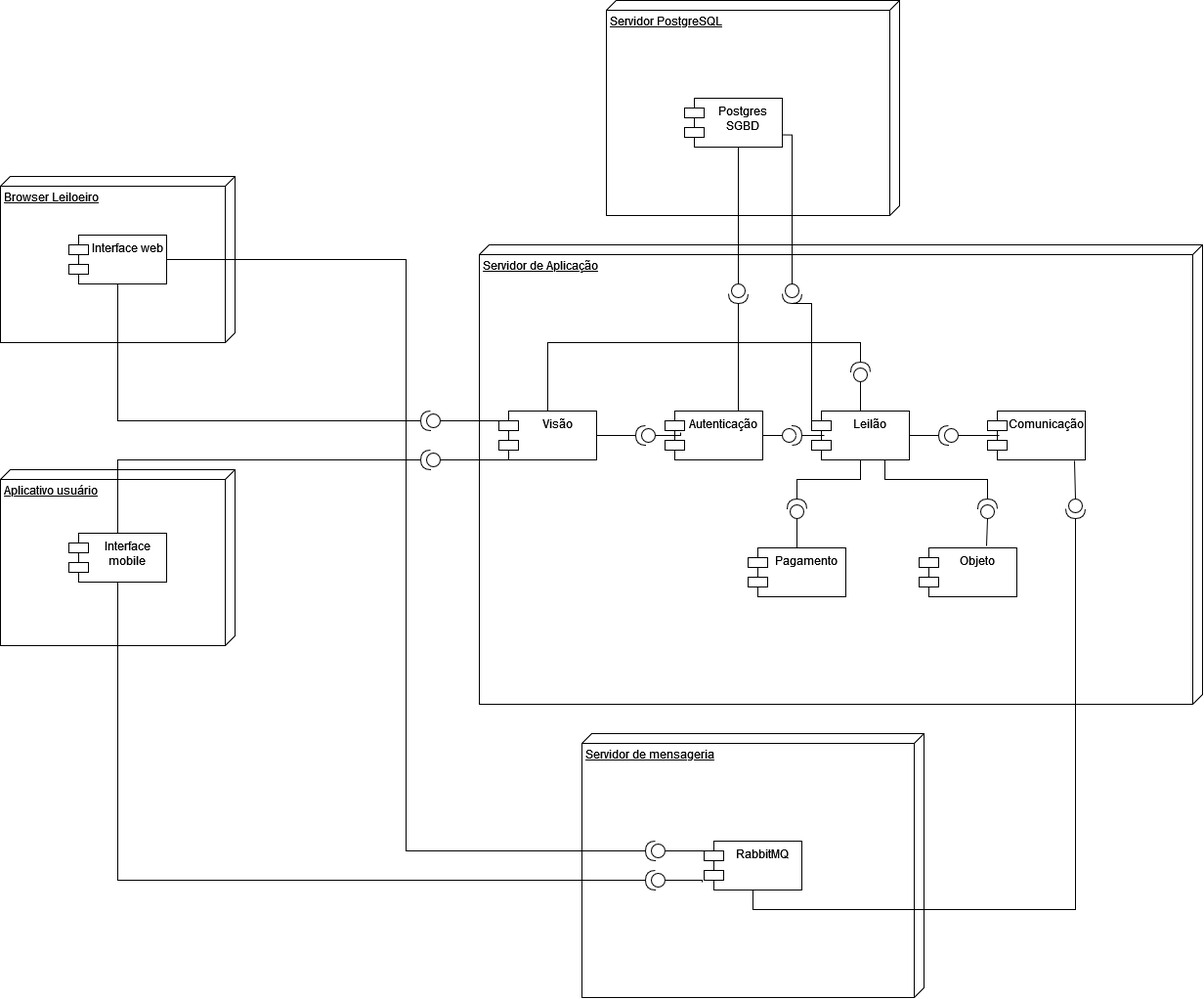
This is docs/imagens/componentes.png from h3nc4/TOPBIDS, a draw.io export, as it was before one commit. Source tidied: cells renumbered, new cells last; positions are measured from the earlier drawing's top-left corner, leaving out a move shared by most shapes.
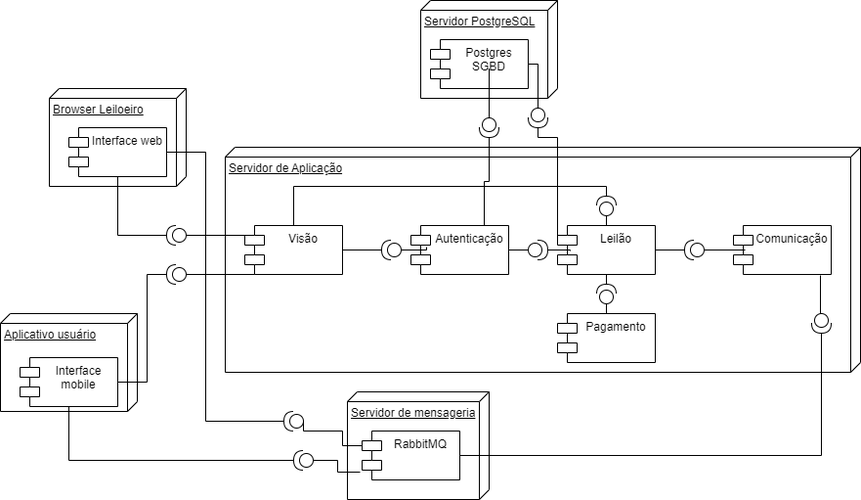
Above is the later version.

Commit message:
docs: explicação dos componentes

Change to the diagram source:
```diff
@@ -3,10 +3,10 @@
     <mxCell id="0" />
     <mxCell id="1" parent="0" />
     <mxCell id="2" value="Servidor de mensageria" style="verticalAlign=top;align=left;spacingTop=8;spacingLeft=2;spacingRight=12;shape=cube;size=10;direction=south;fontStyle=4;html=1;whiteSpace=wrap;" parent="1" vertex="1">
-      <mxGeometry x="595" y="750" width="350" height="270" as="geometry" />
+      <mxGeometry x="615" y="590" width="145" height="110" as="geometry" />
     </mxCell>
     <mxCell id="3" value="Servidor de Aplicação" style="verticalAlign=top;align=left;spacingTop=8;spacingLeft=2;spacingRight=12;shape=cube;size=10;direction=south;fontStyle=4;html=1;whiteSpace=wrap;" parent="1" vertex="1">
-      <mxGeometry x="490" y="250" width="740" height="470" as="geometry" />
+      <mxGeometry x="490" y="340" width="650" height="230" as="geometry" />
     </mxCell>
     <mxCell id="4" value="Visão" style="shape=module;align=left;spacingLeft=20;align=center;verticalAlign=top;whiteSpace=wrap;html=1;" parent="1" vertex="1">
       <mxGeometry x="510" y="420" width="100" height="50" as="geometry" />
@@ -14,35 +14,32 @@
     <mxCell id="5" value="Leilão" style="shape=module;align=left;spacingLeft=20;align=center;verticalAlign=top;whiteSpace=wrap;html=1;" parent="1" vertex="1">
       <mxGeometry x="830" y="420" width="100" height="50" as="geometry" />
     </mxCell>
-    <mxCell id="6" value="Objeto" style="shape=module;align=left;spacingLeft=20;align=center;verticalAlign=top;whiteSpace=wrap;html=1;" parent="1" vertex="1">
-      <mxGeometry x="940" y="560" width="100" height="50" as="geometry" />
-    </mxCell>
     <mxCell id="7" value="Comunicação" style="shape=module;align=left;spacingLeft=20;align=center;verticalAlign=top;whiteSpace=wrap;html=1;" parent="1" vertex="1">
       <mxGeometry x="1010" y="420" width="100" height="50" as="geometry" />
     </mxCell>
     <mxCell id="8" value="Pagamento" style="shape=module;align=left;spacingLeft=20;align=center;verticalAlign=top;whiteSpace=wrap;html=1;" parent="1" vertex="1">
-      <mxGeometry x="765" y="560" width="100" height="50" as="geometry" />
+      <mxGeometry x="830" y="510" width="100" height="50" as="geometry" />
     </mxCell>
     <mxCell id="9" value="Servidor PostgreSQL" style="verticalAlign=top;align=left;spacingTop=8;spacingLeft=2;spacingRight=12;shape=cube;size=10;direction=south;fontStyle=4;html=1;whiteSpace=wrap;" parent="1" vertex="1">
-      <mxGeometry x="620" width="300" height="220" as="geometry" />
+      <mxGeometry x="690" y="190" width="140" height="100" as="geometry" />
     </mxCell>
     <mxCell id="10" value="Postgres SGBD" style="shape=module;align=left;spacingLeft=20;align=center;verticalAlign=top;whiteSpace=wrap;html=1;" parent="1" vertex="1">
-      <mxGeometry x="700" y="100" width="100" height="50" as="geometry" />
+      <mxGeometry x="700" y="230" width="100" height="50" as="geometry" />
     </mxCell>
     <mxCell id="11" value="Autenticação" style="shape=module;align=left;spacingLeft=20;align=center;verticalAlign=top;whiteSpace=wrap;html=1;" parent="1" vertex="1">
       <mxGeometry x="680" y="420" width="100" height="50" as="geometry" />
     </mxCell>
     <mxCell id="12" value="Browser Leiloeiro" style="verticalAlign=top;align=left;spacingTop=8;spacingLeft=2;spacingRight=12;shape=cube;size=10;direction=south;fontStyle=4;html=1;whiteSpace=wrap;" parent="1" vertex="1">
-      <mxGeometry y="180" width="240" height="170" as="geometry" />
+      <mxGeometry x="310" y="280" width="140" height="100" as="geometry" />
     </mxCell>
     <mxCell id="13" value="Aplicativo usuário" style="verticalAlign=top;align=left;spacingTop=8;spacingLeft=2;spacingRight=12;shape=cube;size=10;direction=south;fontStyle=4;html=1;whiteSpace=wrap;" parent="1" vertex="1">
-      <mxGeometry y="480" width="240" height="180" as="geometry" />
+      <mxGeometry x="260" y="510" width="140" height="100" as="geometry" />
     </mxCell>
     <mxCell id="14" value="Interface web" style="shape=module;align=left;spacingLeft=20;align=center;verticalAlign=top;whiteSpace=wrap;html=1;" parent="1" vertex="1">
-      <mxGeometry x="70" y="240" width="100" height="50" as="geometry" />
+      <mxGeometry x="330" y="320" width="100" height="50" as="geometry" />
     </mxCell>
     <mxCell id="15" value="Interface mobile" style="shape=module;align=left;spacingLeft=20;align=center;verticalAlign=top;whiteSpace=wrap;html=1;" parent="1" vertex="1">
-      <mxGeometry x="70" y="545" width="100" height="50" as="geometry" />
+      <mxGeometry x="280" y="555" width="100" height="50" as="geometry" />
     </mxCell>
     <mxCell id="16" style="edgeStyle=orthogonalEdgeStyle;rounded=0;jettySize=auto;html=1;exitX=1;exitY=0.5;exitDx=0;exitDy=0;exitPerimeter=0;endArrow=none;endFill=0;" parent="1" edge="1" source="17" target="14">
       <mxGeometry relative="1" as="geometry" />
@@ -50,8 +47,13 @@
     <mxCell id="17" style="shape=providedRequiredInterface;html=1;verticalLabelPosition=bottom;sketch=0;direction=west;" parent="1" vertex="1">
       <mxGeometry x="430" y="420" width="20" height="20" as="geometry" />
     </mxCell>
-    <mxCell id="18" style="edgeStyle=orthogonalEdgeStyle;rounded=0;jettySize=auto;html=1;exitX=1;exitY=0.5;exitDx=0;exitDy=0;exitPerimeter=0;endArrow=none;endFill=0;" parent="1" edge="1" source="19" target="15">
-      <mxGeometry relative="1" as="geometry" />
+    <mxCell id="18" style="edgeStyle=orthogonalEdgeStyle;rounded=0;jettySize=auto;html=1;exitX=1;exitY=0.5;exitDx=0;exitDy=0;exitPerimeter=0;endArrow=none;endFill=0;entryX=1;entryY=0.5;entryDx=0;entryDy=0;" parent="1" edge="1" source="19" target="15">
+      <mxGeometry relative="1" as="geometry">
+        <Array as="points">
+          <mxPoint x="410" y="470" />
+          <mxPoint x="410" y="580" />
+        </Array>
+      </mxGeometry>
     </mxCell>
     <mxCell id="19" style="shape=providedRequiredInterface;html=1;verticalLabelPosition=bottom;sketch=0;direction=west;" parent="1" vertex="1">
       <mxGeometry x="430" y="460" width="20" height="20" as="geometry" />
@@ -68,12 +70,13 @@
       <mxGeometry relative="1" as="geometry" />
     </mxCell>
     <mxCell id="22" style="shape=providedRequiredInterface;html=1;verticalLabelPosition=bottom;sketch=0;direction=south;" parent="1" vertex="1">
-      <mxGeometry x="745" y="290" width="20" height="20" as="geometry" />
+      <mxGeometry x="750" y="310" width="20" height="20" as="geometry" />
     </mxCell>
     <mxCell id="23" style="edgeStyle=orthogonalEdgeStyle;rounded=0;jettySize=auto;html=1;exitX=0;exitY=0.5;exitDx=0;exitDy=0;exitPerimeter=0;entryX=0.6;entryY=1;entryDx=0;entryDy=0;entryPerimeter=0;endArrow=none;endFill=0;" parent="1" edge="1" source="22" target="10">
       <mxGeometry relative="1" as="geometry">
         <Array as="points">
-          <mxPoint x="755" y="150" />
+          <mxPoint x="760" y="260" />
+          <mxPoint x="760" y="260" />
         </Array>
       </mxGeometry>
     </mxCell>
@@ -87,7 +90,7 @@
       <mxGeometry relative="1" as="geometry" />
     </mxCell>
     <mxCell id="27" value="RabbitMQ" style="shape=module;align=left;spacingLeft=20;align=center;verticalAlign=top;whiteSpace=wrap;html=1;" parent="1" vertex="1">
-      <mxGeometry x="720" y="860" width="100" height="50" as="geometry" />
+      <mxGeometry x="630" y="630" width="100" height="50" as="geometry" />
     </mxCell>
     <mxCell id="28" style="edgeStyle=orthogonalEdgeStyle;rounded=0;jettySize=auto;html=1;exitX=1;exitY=0.5;exitDx=0;exitDy=0;exitPerimeter=0;endArrow=none;endFill=0;" parent="1" edge="1" source="29" target="5">
       <mxGeometry relative="1" as="geometry" />
@@ -98,35 +101,27 @@
     <mxCell id="30" style="edgeStyle=orthogonalEdgeStyle;rounded=0;jettySize=auto;html=1;exitX=0;exitY=0.5;exitDx=0;exitDy=0;exitPerimeter=0;entryX=1;entryY=0.75;entryDx=0;entryDy=0;endArrow=none;endFill=0;" parent="1" edge="1" source="31" target="10">
       <mxGeometry relative="1" as="geometry">
         <Array as="points">
-          <mxPoint x="810" y="138" />
+          <mxPoint x="810" y="255" />
+          <mxPoint x="800" y="255" />
         </Array>
       </mxGeometry>
     </mxCell>
     <mxCell id="31" style="shape=providedRequiredInterface;html=1;verticalLabelPosition=bottom;sketch=0;direction=south;" parent="1" vertex="1">
-      <mxGeometry x="800" y="290" width="20" height="20" as="geometry" />
+      <mxGeometry x="800" y="300" width="20" height="20" as="geometry" />
     </mxCell>
     <mxCell id="32" style="edgeStyle=orthogonalEdgeStyle;rounded=0;jettySize=auto;html=1;exitX=1;exitY=0.5;exitDx=0;exitDy=0;exitPerimeter=0;entryX=0.5;entryY=1;entryDx=0;entryDy=0;endArrow=none;endFill=0;" parent="1" edge="1" source="33" target="5">
       <mxGeometry relative="1" as="geometry" />
     </mxCell>
     <mxCell id="33" style="shape=providedRequiredInterface;html=1;verticalLabelPosition=bottom;sketch=0;direction=north;" parent="1" vertex="1">
-      <mxGeometry x="805" y="510" width="20" height="20" as="geometry" />
+      <mxGeometry x="870" y="480" width="20" height="20" as="geometry" />
     </mxCell>
     <mxCell id="34" style="edgeStyle=orthogonalEdgeStyle;rounded=0;jettySize=auto;html=1;exitX=0;exitY=0.5;exitDx=0;exitDy=0;exitPerimeter=0;entryX=0.65;entryY=0;entryDx=0;entryDy=0;entryPerimeter=0;endArrow=none;endFill=0;" parent="1" edge="1" source="33" target="8">
       <mxGeometry relative="1" as="geometry">
         <Array as="points">
-          <mxPoint x="815" y="560" />
+          <mxPoint x="880" y="510" />
         </Array>
       </mxGeometry>
     </mxCell>
-    <mxCell id="35" style="edgeStyle=orthogonalEdgeStyle;rounded=0;jettySize=auto;html=1;exitX=1;exitY=0.5;exitDx=0;exitDy=0;exitPerimeter=0;entryX=0.75;entryY=1;entryDx=0;entryDy=0;endArrow=none;endFill=0;" parent="1" edge="1" source="36" target="5">
-      <mxGeometry relative="1" as="geometry" />
-    </mxCell>
-    <mxCell id="36" style="shape=providedRequiredInterface;html=1;verticalLabelPosition=bottom;sketch=0;direction=north;" parent="1" vertex="1">
-      <mxGeometry x="1000" y="510" width="20" height="20" as="geometry" />
-    </mxCell>
-    <mxCell id="37" style="edgeStyle=orthogonalEdgeStyle;rounded=0;jettySize=auto;html=1;exitX=0;exitY=0.5;exitDx=0;exitDy=0;exitPerimeter=0;entryX=0.69;entryY=-0.04;entryDx=0;entryDy=0;entryPerimeter=0;endArrow=none;endFill=0;" parent="1" edge="1" source="36" target="6">
-      <mxGeometry relative="1" as="geometry" />
-    </mxCell>
     <mxCell id="38" style="edgeStyle=orthogonalEdgeStyle;rounded=0;jettySize=auto;html=1;exitX=0;exitY=0.5;exitDx=0;exitDy=0;exitPerimeter=0;entryX=1;entryY=0.5;entryDx=0;entryDy=0;endArrow=none;endFill=0;" parent="1" edge="1" source="39" target="11">
       <mxGeometry relative="1" as="geometry" />
     </mxCell>
@@ -142,14 +137,15 @@
     <mxCell id="42" style="edgeStyle=orthogonalEdgeStyle;rounded=0;jettySize=auto;html=1;exitX=1;exitY=0.5;exitDx=0;exitDy=0;exitPerimeter=0;entryX=0;entryY=0;entryDx=0;entryDy=15;entryPerimeter=0;endArrow=none;endFill=0;" parent="1" edge="1" source="31" target="5">
       <mxGeometry relative="1" as="geometry">
         <Array as="points">
-          <mxPoint x="830" y="310" />
+          <mxPoint x="810" y="330" />
+          <mxPoint x="830" y="330" />
         </Array>
       </mxGeometry>
     </mxCell>
     <mxCell id="43" style="edgeStyle=orthogonalEdgeStyle;rounded=0;jettySize=auto;html=1;exitX=0;exitY=0.5;exitDx=0;exitDy=0;exitPerimeter=0;entryX=0.12;entryY=0.5;entryDx=0;entryDy=0;entryPerimeter=0;endArrow=none;endFill=0;" parent="1" edge="1" source="29" target="7">
       <mxGeometry relative="1" as="geometry" />
     </mxCell>
-    <mxCell id="44" style="edgeStyle=orthogonalEdgeStyle;rounded=0;jettySize=auto;html=1;exitX=1;exitY=0.5;exitDx=0;exitDy=0;exitPerimeter=0;entryX=0.5;entryY=1;entryDx=0;entryDy=0;endArrow=none;endFill=0;" parent="1" edge="1" source="45" target="27">
+    <mxCell id="44" style="edgeStyle=orthogonalEdgeStyle;rounded=0;jettySize=auto;html=1;exitX=1;exitY=0.5;exitDx=0;exitDy=0;exitPerimeter=0;entryX=1;entryY=0.5;entryDx=0;entryDy=0;endArrow=none;endFill=0;" parent="1" edge="1" source="45" target="27">
       <mxGeometry relative="1" as="geometry" />
     </mxCell>
     <mxCell id="45" style="shape=providedRequiredInterface;html=1;verticalLabelPosition=bottom;sketch=0;direction=south;" parent="1" vertex="1">
@@ -159,30 +155,42 @@
       <mxGeometry relative="1" as="geometry" />
     </mxCell>
     <mxCell id="47" style="edgeStyle=orthogonalEdgeStyle;rounded=0;jettySize=auto;html=1;exitX=1;exitY=0.5;exitDx=0;exitDy=0;exitPerimeter=0;entryX=1;entryY=0.5;entryDx=0;entryDy=0;endArrow=none;endFill=0;" parent="1" edge="1" source="48" target="14">
-      <mxGeometry relative="1" as="geometry" />
+      <mxGeometry relative="1" as="geometry">
+        <Array as="points">
+          <mxPoint x="470" y="620" />
+          <mxPoint x="470" y="345" />
+        </Array>
+      </mxGeometry>
     </mxCell>
     <mxCell id="48" style="shape=providedRequiredInterface;html=1;verticalLabelPosition=bottom;sketch=0;direction=west;" parent="1" vertex="1">
-      <mxGeometry x="660" y="860" width="20" height="20" as="geometry" />
+      <mxGeometry x="550" y="610" width="20" height="20" as="geometry" />
     </mxCell>
     <mxCell id="49" style="edgeStyle=orthogonalEdgeStyle;rounded=0;jettySize=auto;html=1;exitX=1;exitY=0.5;exitDx=0;exitDy=0;exitPerimeter=0;endArrow=none;endFill=0;" parent="1" edge="1" source="50" target="15">
       <mxGeometry relative="1" as="geometry" />
     </mxCell>
     <mxCell id="50" style="shape=providedRequiredInterface;html=1;verticalLabelPosition=bottom;sketch=0;direction=west;" parent="1" vertex="1">
-      <mxGeometry x="660" y="890" width="20" height="20" as="geometry" />
+      <mxGeometry x="560" y="650" width="20" height="20" as="geometry" />
     </mxCell>
     <mxCell id="51" style="edgeStyle=orthogonalEdgeStyle;rounded=0;jettySize=auto;html=1;exitX=1;exitY=0.5;exitDx=0;exitDy=0;exitPerimeter=0;endArrow=none;endFill=0;" parent="1" edge="1" source="53" target="4">
-      <mxGeometry relative="1" as="geometry" />
+      <mxGeometry relative="1" as="geometry">
+        <Array as="points">
+          <mxPoint x="880" y="380" />
+          <mxPoint x="560" y="380" />
+        </Array>
+      </mxGeometry>
     </mxCell>
     <mxCell id="52" style="edgeStyle=orthogonalEdgeStyle;rounded=0;jettySize=auto;html=1;exitX=0;exitY=0.5;exitDx=0;exitDy=0;exitPerimeter=0;entryX=0.5;entryY=0;entryDx=0;entryDy=0;endArrow=none;endFill=0;" parent="1" edge="1" source="53" target="5">
       <mxGeometry relative="1" as="geometry" />
     </mxCell>
     <mxCell id="53" style="shape=providedRequiredInterface;html=1;verticalLabelPosition=bottom;sketch=0;direction=north;" parent="1" vertex="1">
-      <mxGeometry x="870" y="370" width="20" height="20" as="geometry" />
+      <mxGeometry x="870" y="390" width="20" height="20" as="geometry" />
     </mxCell>
     <mxCell id="54" style="edgeStyle=orthogonalEdgeStyle;rounded=0;jettySize=auto;html=1;exitX=0;exitY=0.5;exitDx=0;exitDy=0;exitPerimeter=0;entryX=0;entryY=0;entryDx=0;entryDy=15;entryPerimeter=0;endArrow=none;endFill=0;" parent="1" edge="1" source="48" target="27">
       <mxGeometry relative="1" as="geometry">
         <Array as="points">
-          <mxPoint x="720" y="870" />
+          <mxPoint x="570" y="630" />
+          <mxPoint x="610" y="630" />
+          <mxPoint x="610" y="645" />
         </Array>
       </mxGeometry>
     </mxCell>
```
